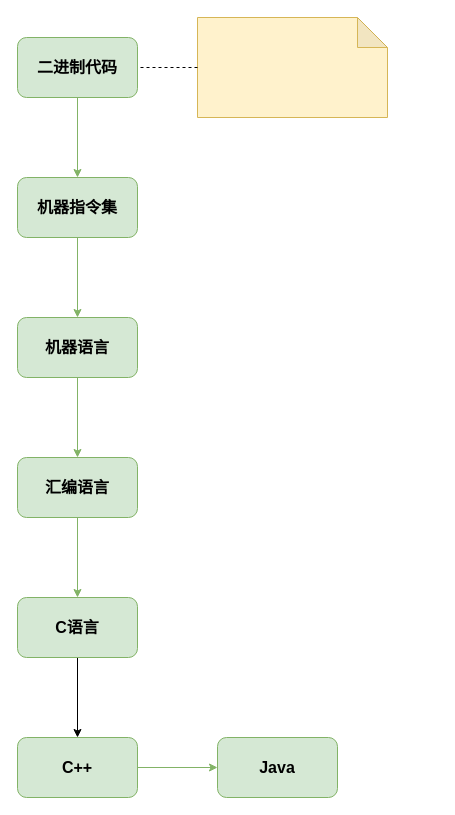
Above: 语言流程图.drawio in Garsonw/flow-chart (draw.io), before the change. Source tidied: cells renumbered, new cells numbered last; positions are measured from the earlier drawing's top-left corner, leaving out a move shared by most shapes. Both pictures are drawn from the tidied source at 100%, with x=0, y=0 at pixel (17, 17).
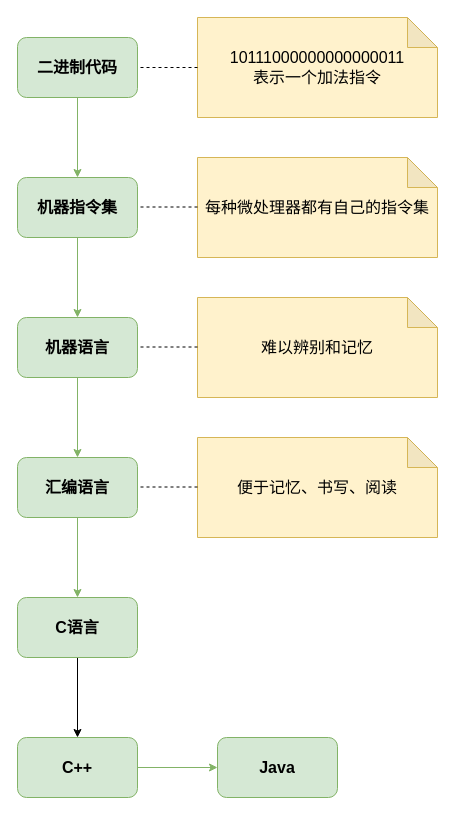
After the change.

Commit message:
更新语言流程图.drawio

Diff of the diagram source:
```diff
@@
-    <mxCell id="15" style="shape=note;whiteSpace=wrap;html=1;backgroundOutline=1;darkOpacity=0.05;fillColor=#fff2cc;strokeColor=#d6b656;" parent="1" vertex="1">
-      <mxGeometry x="180" width="190" height="100" as="geometry" />
+    <mxCell id="15" value="&lt;font style=&quot;font-size: 16px&quot;&gt;10111000000000000011&lt;br&gt;表示一个加法指令&lt;br&gt;&lt;/font&gt;" style="shape=note;whiteSpace=wrap;html=1;backgroundOutline=1;darkOpacity=0.05;fillColor=#fff2cc;strokeColor=#d6b656;" parent="1" vertex="1">
+      <mxGeometry x="180" width="240" height="100" as="geometry" />
     </mxCell>
@@
+    <mxCell id="17" value="&lt;font style=&quot;font-size: 16px&quot;&gt;每种微处理器都有自己的指令集&lt;/font&gt;" style="shape=note;whiteSpace=wrap;html=1;backgroundOutline=1;darkOpacity=0.05;fillColor=#fff2cc;strokeColor=#d6b656;" parent="1" vertex="1">
+      <mxGeometry x="180" y="140" width="240" height="100" as="geometry" />
+    </mxCell>
+    <mxCell id="18" style="endArrow=none;dashed=1;html=1;entryX=1;entryY=0.5;entryDx=0;entryDy=0;" parent="1" edge="1">
+      <mxGeometry relative="1" as="geometry">
+        <mxPoint x="180" y="189.5" as="sourcePoint" />
+        <mxPoint x="120" y="189.5" as="targetPoint" />
+      </mxGeometry>
+    </mxCell>
+    <mxCell id="19" value="&lt;font style=&quot;font-size: 16px&quot;&gt;难以辨别和记忆&lt;/font&gt;" style="shape=note;whiteSpace=wrap;html=1;backgroundOutline=1;darkOpacity=0.05;fillColor=#fff2cc;strokeColor=#d6b656;" parent="1" vertex="1">
+      <mxGeometry x="180" y="280" width="240" height="100" as="geometry" />
+    </mxCell>
+    <mxCell id="20" style="endArrow=none;dashed=1;html=1;entryX=1;entryY=0.5;entryDx=0;entryDy=0;" parent="1" edge="1">
+      <mxGeometry relative="1" as="geometry">
+        <mxPoint x="180" y="329.5" as="sourcePoint" />
+        <mxPoint x="120" y="329.5" as="targetPoint" />
+      </mxGeometry>
+    </mxCell>
+    <mxCell id="21" value="&lt;font style=&quot;font-size: 16px&quot;&gt;便于记忆、书写、阅读&lt;/font&gt;" style="shape=note;whiteSpace=wrap;html=1;backgroundOutline=1;darkOpacity=0.05;fillColor=#fff2cc;strokeColor=#d6b656;" parent="1" vertex="1">
+      <mxGeometry x="180" y="420" width="240" height="100" as="geometry" />
+    </mxCell>
+    <mxCell id="22" style="endArrow=none;dashed=1;html=1;entryX=1;entryY=0.5;entryDx=0;entryDy=0;" parent="1" edge="1">
+      <mxGeometry relative="1" as="geometry">
+        <mxPoint x="180" y="469.5" as="sourcePoint" />
+        <mxPoint x="120" y="469.5" as="targetPoint" />
+      </mxGeometry>
+    </mxCell>
```
